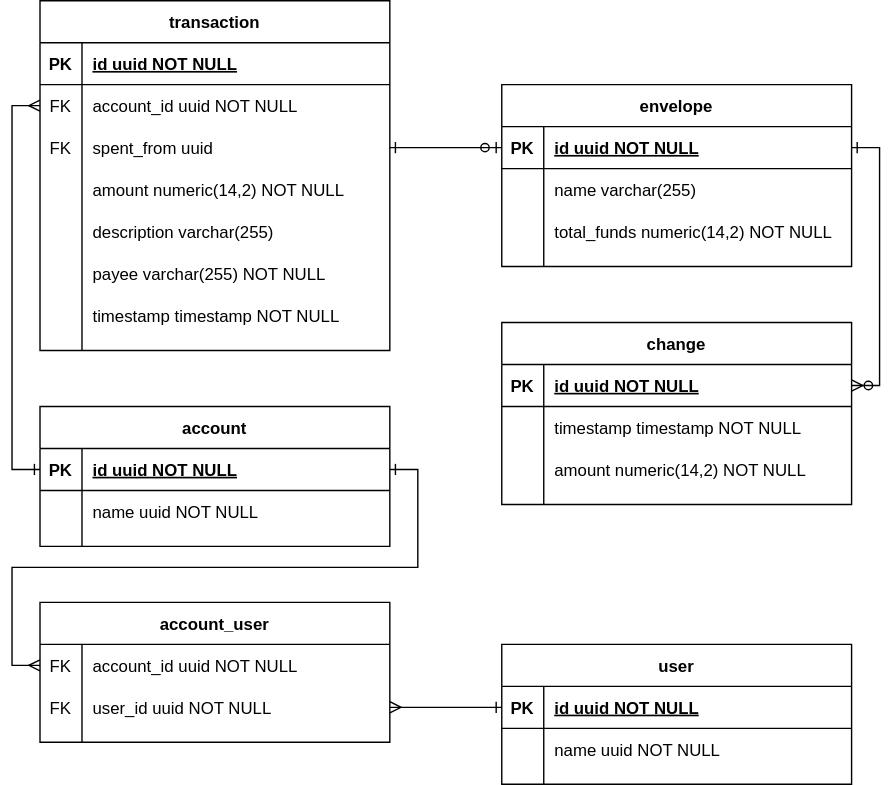
Above: data-er.svg in andrew-chang-dewitt/hoops-api (draw.io), before the change. Source tidied: cells renumbered, new cells last; positions are measured from the earlier drawing's top-left corner, leaving out a move shared by most shapes.
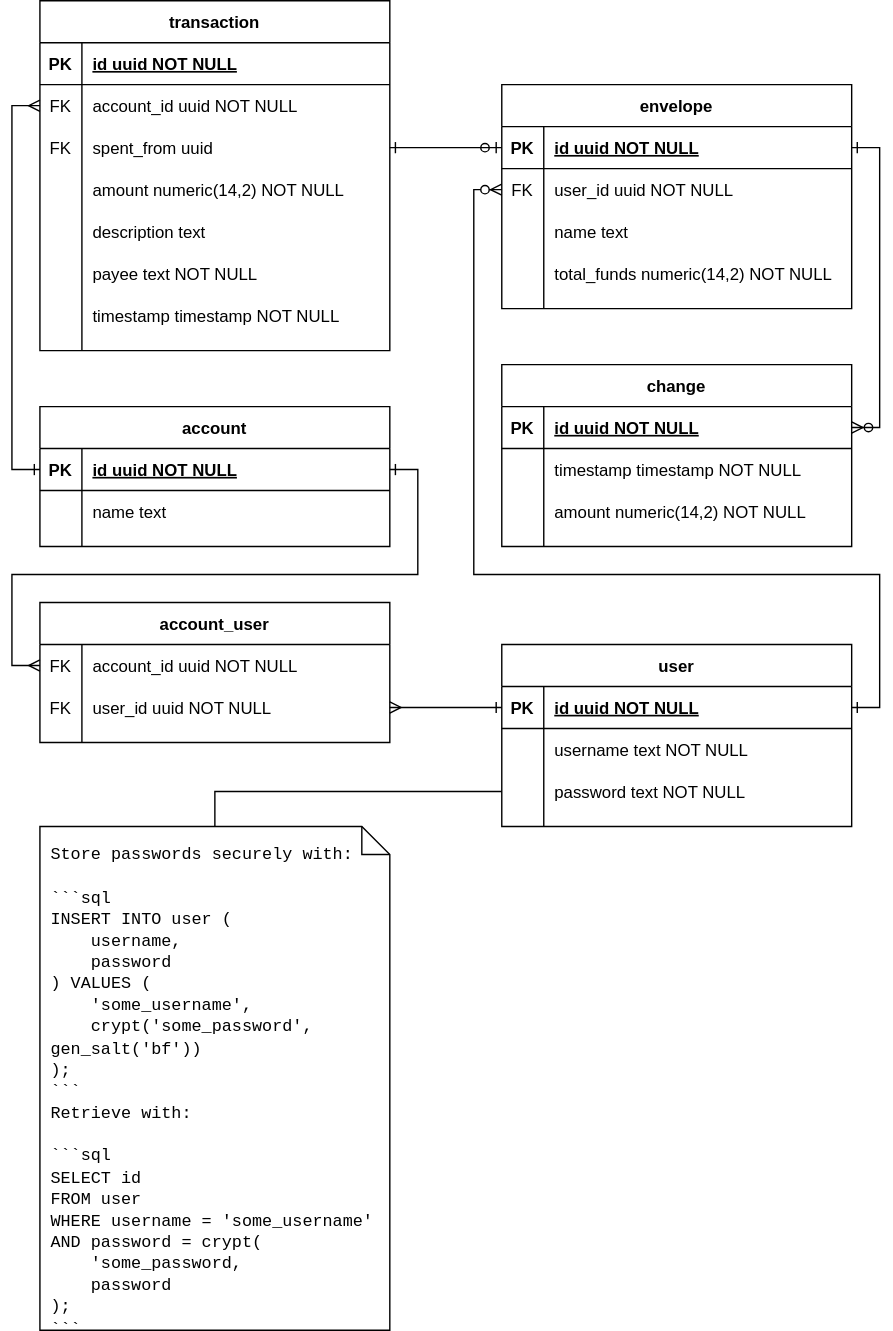
Later version of the same file.

Commit message:
Add user password, change varchar to text.

Diff of the diagram source:
````diff
@@ -20,7 +20,7 @@
     <mxCell id="7" style="shape=partialRectangle;overflow=hidden;fillColor=none;top=0;left=0;bottom=0;right=0;strokeColor=default;fontColor=default;" parent="6" vertex="1">
       <mxGeometry width="30" height="30" as="geometry" />
     </mxCell>
-    <mxCell id="8" value="name uuid NOT NULL" style="shape=partialRectangle;overflow=hidden;fillColor=none;top=0;left=0;bottom=0;right=0;align=left;spacingLeft=6;strokeColor=default;fontColor=default;" parent="6" vertex="1">
+    <mxCell id="8" value="name text" style="shape=partialRectangle;overflow=hidden;fillColor=none;top=0;left=0;bottom=0;right=0;align=left;spacingLeft=6;strokeColor=default;fontColor=default;" parent="6" vertex="1">
       <mxGeometry x="30" width="220" height="30" as="geometry" />
     </mxCell>
     <mxCell id="9" value="transaction" style="shape=table;startSize=30;rowLines=0;fontStyle=1;align=center;fillColor=none;strokeColor=default;fontColor=default;" parent="1" vertex="1">
@@ -68,7 +68,7 @@
     <mxCell id="23" style="shape=partialRectangle;overflow=hidden;fillColor=none;top=0;left=0;bottom=0;right=0;strokeColor=default;fontColor=default;" parent="22" vertex="1">
       <mxGeometry width="30" height="30" as="geometry" />
     </mxCell>
-    <mxCell id="24" value="description varchar(255)" style="shape=partialRectangle;overflow=hidden;fillColor=none;top=0;left=0;bottom=0;right=0;align=left;spacingLeft=6;strokeColor=default;fontColor=default;" parent="22" vertex="1">
+    <mxCell id="24" value="description text" style="shape=partialRectangle;overflow=hidden;fillColor=none;top=0;left=0;bottom=0;right=0;align=left;spacingLeft=6;strokeColor=default;fontColor=default;" parent="22" vertex="1">
       <mxGeometry x="30" width="220" height="30" as="geometry" />
     </mxCell>
     <mxCell id="25" style="shape=partialRectangle;fillColor=none;top=0;left=0;right=0;bottom=0;strokeColor=default;fontColor=default;" parent="9" vertex="1">
@@ -77,7 +77,7 @@
     <mxCell id="26" style="shape=partialRectangle;overflow=hidden;fillColor=none;top=0;left=0;bottom=0;right=0;strokeColor=default;fontColor=default;" parent="25" vertex="1">
       <mxGeometry width="30" height="30" as="geometry" />
     </mxCell>
-    <mxCell id="27" value="payee varchar(255) NOT NULL" style="shape=partialRectangle;overflow=hidden;fillColor=none;top=0;left=0;bottom=0;right=0;align=left;spacingLeft=6;strokeColor=default;fontColor=default;" parent="25" vertex="1">
+    <mxCell id="27" value="payee text NOT NULL" style="shape=partialRectangle;overflow=hidden;fillColor=none;top=0;left=0;bottom=0;right=0;align=left;spacingLeft=6;strokeColor=default;fontColor=default;" parent="25" vertex="1">
       <mxGeometry x="30" width="220" height="30" as="geometry" />
     </mxCell>
     <mxCell id="28" style="shape=partialRectangle;fillColor=none;top=0;left=0;right=0;bottom=0;strokeColor=default;fontColor=default;" parent="9" vertex="1">
@@ -114,7 +114,7 @@
       <mxGeometry x="30" width="220" height="30" as="geometry" />
     </mxCell>
     <mxCell id="39" value="user" style="shape=table;startSize=30;rowLines=0;fontStyle=1;align=center;fillColor=none;strokeColor=default;fontColor=default;" parent="1" vertex="1">
-      <mxGeometry x="330" y="460" width="250" height="100" as="geometry" />
+      <mxGeometry x="330" y="460" width="250" height="130" as="geometry" />
     </mxCell>
     <mxCell id="40" style="shape=partialRectangle;fillColor=none;points=[[0,0.5],[1,0.5]];portConstraint=eastwest;top=0;left=0;right=0;bottom=1;strokeColor=default;fontColor=default;" parent="39" vertex="1">
       <mxGeometry y="30" width="250" height="30" as="geometry" />
@@ -131,17 +131,33 @@
     <mxCell id="44" style="shape=partialRectangle;overflow=hidden;fillColor=none;top=0;left=0;bottom=0;right=0;strokeColor=default;fontColor=default;" parent="43" vertex="1">
       <mxGeometry width="30" height="30" as="geometry" />
     </mxCell>
-    <mxCell id="45" value="name uuid NOT NULL" style="shape=partialRectangle;overflow=hidden;fillColor=none;top=0;left=0;bottom=0;right=0;align=left;spacingLeft=6;strokeColor=default;fontColor=default;" parent="43" vertex="1">
+    <mxCell id="45" value="username text NOT NULL" style="shape=partialRectangle;overflow=hidden;fillColor=none;top=0;left=0;bottom=0;right=0;align=left;spacingLeft=6;strokeColor=default;fontColor=default;" parent="43" vertex="1">
       <mxGeometry x="30" width="220" height="30" as="geometry" />
     </mxCell>
+    <mxCell id="70" style="shape=partialRectangle;fillColor=none;points=[[0,0.5],[1,0.5]];portConstraint=eastwest;top=0;left=0;right=0;bottom=0;strokeColor=default;fontColor=default;" parent="39" vertex="1">
+      <mxGeometry y="90" width="250" height="30" as="geometry" />
+    </mxCell>
+    <mxCell id="71" style="shape=partialRectangle;overflow=hidden;fillColor=none;top=0;left=0;bottom=0;right=0;strokeColor=default;fontColor=default;" parent="70" vertex="1">
+      <mxGeometry width="30" height="30" as="geometry" />
+    </mxCell>
+    <mxCell id="72" value="password text NOT NULL" style="shape=partialRectangle;overflow=hidden;fillColor=none;top=0;left=0;bottom=0;right=0;align=left;spacingLeft=6;strokeColor=default;fontColor=default;" parent="70" vertex="1">
+      <mxGeometry x="30" width="220" height="30" as="geometry" />
+    </mxCell>
     <mxCell id="46" style="edgeStyle=orthogonalEdgeStyle;rounded=0;jettySize=auto;html=1;entryX=1;entryY=0.5;entryDx=0;entryDy=0;labelBackgroundColor=default;fontColor=default;endArrow=ERmany;endFill=0;strokeColor=default;startArrow=ERone;startFill=0;" parent="1" edge="1" source="40" target="36">
       <mxGeometry relative="1" as="geometry" />
     </mxCell>
     <mxCell id="47" style="edgeStyle=orthogonalEdgeStyle;rounded=0;jettySize=auto;html=1;exitX=1;exitY=0.5;exitDx=0;exitDy=0;entryX=0;entryY=0.5;entryDx=0;entryDy=0;labelBackgroundColor=default;fontColor=default;endArrow=ERmany;endFill=0;strokeColor=default;startArrow=ERone;startFill=0;" parent="1" edge="1" source="3" target="33">
-      <mxGeometry relative="1" as="geometry" />
+      <mxGeometry relative="1" as="geometry">
+        <Array as="points">
+          <mxPoint x="270" y="335" />
+          <mxPoint x="270" y="410" />
+          <mxPoint x="-20" y="410" />
+          <mxPoint x="-20" y="475" />
+        </Array>
+      </mxGeometry>
     </mxCell>
     <mxCell id="48" value="envelope" style="shape=table;startSize=30;rowLines=0;fontStyle=1;align=center;fillColor=none;strokeColor=default;fontColor=default;" parent="1" vertex="1">
-      <mxGeometry x="330" y="60" width="250" height="130" as="geometry" />
+      <mxGeometry x="330" y="60" width="250" height="160" as="geometry" />
     </mxCell>
     <mxCell id="49" style="shape=partialRectangle;fillColor=none;points=[[0,0.5],[1,0.5]];portConstraint=eastwest;top=0;left=0;right=0;bottom=1;strokeColor=default;fontColor=default;" parent="48" vertex="1">
       <mxGeometry y="30" width="250" height="30" as="geometry" />
@@ -155,14 +171,23 @@
     <mxCell id="52" style="shape=partialRectangle;fillColor=none;points=[[0,0.5],[1,0.5]];portConstraint=eastwest;top=0;left=0;right=0;bottom=0;strokeColor=default;fontColor=default;" parent="48" vertex="1">
       <mxGeometry y="60" width="250" height="30" as="geometry" />
     </mxCell>
-    <mxCell id="53" style="shape=partialRectangle;overflow=hidden;fillColor=none;top=0;left=0;bottom=0;right=0;strokeColor=default;fontColor=default;" parent="52" vertex="1">
+    <mxCell id="53" value="FK" style="shape=partialRectangle;overflow=hidden;fillColor=none;top=0;left=0;bottom=0;right=0;strokeColor=default;fontColor=default;" parent="52" vertex="1">
       <mxGeometry width="30" height="30" as="geometry" />
     </mxCell>
-    <mxCell id="54" value="name varchar(255)" style="shape=partialRectangle;overflow=hidden;fillColor=none;top=0;left=0;bottom=0;right=0;align=left;spacingLeft=6;strokeColor=default;fontColor=default;" parent="52" vertex="1">
+    <mxCell id="54" value="user_id uuid NOT NULL" style="shape=partialRectangle;overflow=hidden;fillColor=none;top=0;left=0;bottom=0;right=0;align=left;spacingLeft=6;strokeColor=default;fontColor=default;" parent="52" vertex="1">
       <mxGeometry x="30" width="220" height="30" as="geometry" />
     </mxCell>
+    <mxCell id="73" style="shape=partialRectangle;fillColor=none;top=0;left=0;right=0;bottom=0;strokeColor=default;fontColor=default;" parent="48" vertex="1">
+      <mxGeometry y="90" width="250" height="30" as="geometry" />
+    </mxCell>
+    <mxCell id="74" style="shape=partialRectangle;overflow=hidden;fillColor=none;top=0;left=0;bottom=0;right=0;strokeColor=default;fontColor=default;" parent="73" vertex="1">
+      <mxGeometry width="30" height="30" as="geometry" />
+    </mxCell>
+    <mxCell id="75" value="name text" style="shape=partialRectangle;overflow=hidden;fillColor=none;top=0;left=0;bottom=0;right=0;align=left;spacingLeft=6;strokeColor=default;fontColor=default;" parent="73" vertex="1">
+      <mxGeometry x="30" width="220" height="30" as="geometry" />
+    </mxCell>
     <mxCell id="55" style="shape=partialRectangle;fillColor=none;top=0;left=0;right=0;bottom=0;strokeColor=default;fontColor=default;" parent="48" vertex="1">
-      <mxGeometry y="90" width="250" height="30" as="geometry" />
+      <mxGeometry y="120" width="250" height="30" as="geometry" />
     </mxCell>
     <mxCell id="56" style="shape=partialRectangle;overflow=hidden;fillColor=none;top=0;left=0;bottom=0;right=0;strokeColor=default;fontColor=default;" parent="55" vertex="1">
       <mxGeometry width="30" height="30" as="geometry" />
@@ -174,7 +199,7 @@
       <mxGeometry relative="1" as="geometry" />
     </mxCell>
     <mxCell id="59" value="change" style="shape=table;startSize=30;rowLines=0;fontStyle=1;align=center;fillColor=none;strokeColor=default;fontColor=default;" parent="1" vertex="1">
-      <mxGeometry x="330" y="230" width="250" height="130" as="geometry" />
+      <mxGeometry x="330" y="260" width="250" height="130" as="geometry" />
     </mxCell>
     <mxCell id="60" style="shape=partialRectangle;fillColor=none;points=[[0,0.5],[1,0.5]];portConstraint=eastwest;top=0;left=0;right=0;bottom=1;strokeColor=default;fontColor=default;" parent="59" vertex="1">
       <mxGeometry y="30" width="250" height="30" as="geometry" />
@@ -206,5 +231,21 @@
     <mxCell id="69" style="edgeStyle=orthogonalEdgeStyle;rounded=0;jettySize=auto;html=1;exitX=1;exitY=0.5;exitDx=0;exitDy=0;entryX=1;entryY=0.5;entryDx=0;entryDy=0;labelBackgroundColor=default;fontColor=default;startArrow=ERone;startFill=0;endArrow=ERzeroToMany;endFill=0;strokeColor=default;" parent="1" edge="1" source="49" target="60">
       <mxGeometry relative="1" as="geometry" />
     </mxCell>
+    <mxCell id="76" style="edgeStyle=orthogonalEdgeStyle;rounded=0;jettySize=auto;html=1;entryX=1;entryY=0.5;entryDx=0;entryDy=0;labelBackgroundColor=default;fontColor=default;startArrow=ERzeroToMany;startFill=1;endArrow=ERone;endFill=0;strokeColor=default;" parent="1" edge="1" source="52" target="40">
+      <mxGeometry relative="1" as="geometry">
+        <Array as="points">
+          <mxPoint x="310" y="135" />
+          <mxPoint x="310" y="410" />
+          <mxPoint x="600" y="410" />
+          <mxPoint x="600" y="505" />
+        </Array>
+      </mxGeometry>
+    </mxCell>
+    <mxCell id="77" value="&lt;font face=&quot;Courier New&quot;&gt;Store passwords securely with:&lt;br&gt;&lt;br&gt;```sql&lt;br&gt;INSERT INTO user (&lt;br&gt;&amp;nbsp; &amp;nbsp; username, &lt;br&gt;&amp;nbsp; &amp;nbsp; password&lt;br&gt;)&amp;nbsp;VALUES (&lt;br&gt;&amp;nbsp; &amp;nbsp; 'some_username',&lt;br&gt;&amp;nbsp; &amp;nbsp; crypt('some_password', gen_salt('bf'))&lt;br&gt;);&lt;br&gt;```&lt;br&gt;Retrieve with:&lt;br&gt;&lt;br&gt;```sql&lt;br&gt;SELECT id&lt;br&gt;FROM user&lt;br&gt;WHERE username = 'some_username'&lt;br&gt;AND password = crypt(&lt;br&gt;&amp;nbsp; &amp;nbsp; 'some_password, &lt;br&gt;&amp;nbsp; &amp;nbsp; password&lt;br&gt;);&lt;br&gt;```&lt;/font&gt;" style="shape=note;size=20;whiteSpace=wrap;html=1;fontColor=default;strokeColor=default;fillColor=default;align=left;verticalAlign=top;perimeterSpacing=0;spacingTop=6;spacingLeft=6;spacingBottom=6;spacingRight=6;" parent="1" vertex="1">
+      <mxGeometry y="590" width="250" height="360" as="geometry" />
+    </mxCell>
+    <mxCell id="78" style="edgeStyle=orthogonalEdgeStyle;rounded=0;jumpStyle=arc;jettySize=auto;html=1;labelBackgroundColor=default;fontColor=default;startArrow=none;startFill=0;endArrow=none;endFill=0;strokeColor=default;" parent="1" edge="1" source="70" target="77">
+      <mxGeometry relative="1" as="geometry" />
+    </mxCell>
   </root>
 </mxGraphModel>
````
